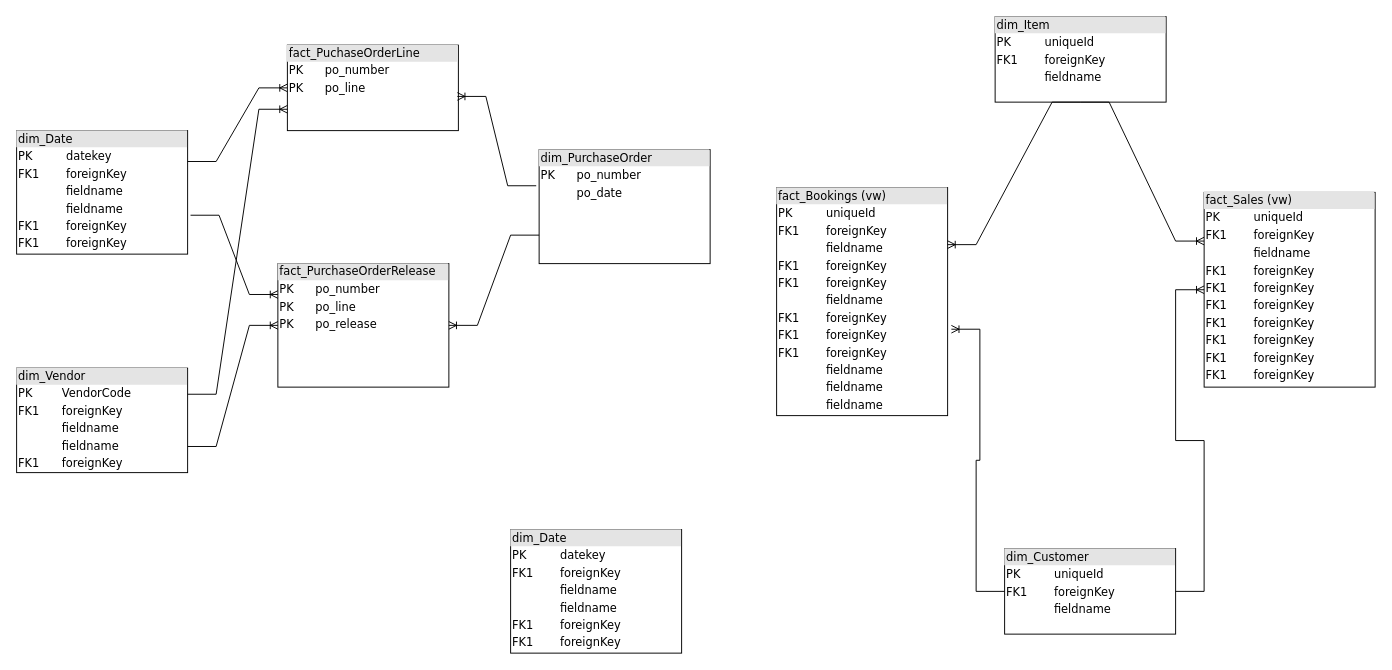
mewancegeka/OTT keeps this draw.io diagram as page "Page-1" (1 of 4) of conceptual_model_2.drawio. Above is the earlier version. Source tidied: cells renumbered, new cells numbered last; positions are measured from the earlier drawing's top-left corner, leaving out a move shared by most shapes. Both pictures are drawn from the tidied source at 95%, with x=0, y=0 at pixel (16, 16).
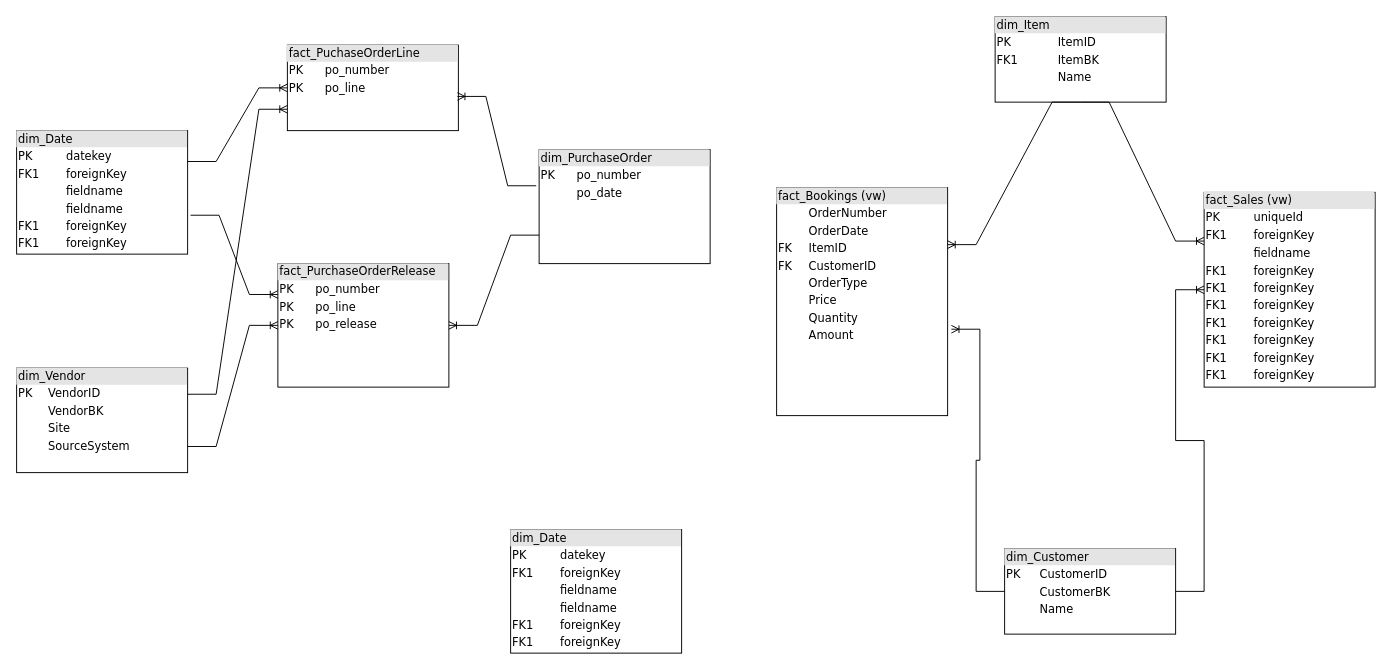
The same diagram, later.

The edit, as a diff of the source:
```diff
@@
-    <mxCell id="5" value="&lt;div style=&quot;box-sizing: border-box ; width: 100% ; background: #e4e4e4 ; padding: 2px&quot;&gt;dim_Vendor&lt;/div&gt;&lt;table style=&quot;width: 100% ; font-size: 1em&quot; cellpadding=&quot;2&quot; cellspacing=&quot;0&quot;&gt;&lt;tbody&gt;&lt;tr&gt;&lt;td&gt;PK&lt;/td&gt;&lt;td&gt;VendorCode&lt;/td&gt;&lt;/tr&gt;&lt;tr&gt;&lt;td&gt;FK1&lt;/td&gt;&lt;td&gt;foreignKey&lt;/td&gt;&lt;/tr&gt;&lt;tr&gt;&lt;td&gt;&lt;/td&gt;&lt;td&gt;fieldname&lt;/td&gt;&lt;/tr&gt;&lt;tr&gt;&lt;td&gt;&lt;br&gt;&lt;/td&gt;&lt;td&gt;fieldname&lt;br&gt;&lt;/td&gt;&lt;/tr&gt;&lt;tr&gt;&lt;td&gt;FK1&lt;br&gt;&lt;/td&gt;&lt;td&gt;foreignKey&lt;br&gt;&lt;/td&gt;&lt;/tr&gt;&lt;/tbody&gt;&lt;/table&gt;" style="verticalAlign=top;align=left;overflow=fill;html=1;rounded=0;shadow=0;comic=0;labelBackgroundColor=none;strokeWidth=1;fontFamily=Verdana;fontSize=12;" parent="1" vertex="1">
+    <mxCell id="5" value="&lt;div style=&quot;box-sizing: border-box ; width: 100% ; background: #e4e4e4 ; padding: 2px&quot;&gt;dim_Vendor&lt;/div&gt;&lt;table style=&quot;width: 100% ; font-size: 1em&quot; cellpadding=&quot;2&quot; cellspacing=&quot;0&quot;&gt;&lt;tbody&gt;&lt;tr&gt;&lt;td&gt;PK&lt;/td&gt;&lt;td&gt;VendorID&lt;/td&gt;&lt;/tr&gt;&lt;tr&gt;&lt;td&gt;&lt;br&gt;&lt;/td&gt;&lt;td&gt;VendorBK&lt;/td&gt;&lt;/tr&gt;&lt;tr&gt;&lt;td&gt;&lt;/td&gt;&lt;td&gt;Site&lt;/td&gt;&lt;/tr&gt;&lt;tr&gt;&lt;td&gt;&lt;br&gt;&lt;/td&gt;&lt;td&gt;SourceSystem&lt;/td&gt;&lt;/tr&gt;&lt;tr&gt;&lt;td&gt;&lt;br&gt;&lt;/td&gt;&lt;td&gt;&lt;br&gt;&lt;/td&gt;&lt;/tr&gt;&lt;/tbody&gt;&lt;/table&gt;" style="verticalAlign=top;align=left;overflow=fill;html=1;rounded=0;shadow=0;comic=0;labelBackgroundColor=none;strokeWidth=1;fontFamily=Verdana;fontSize=12;" parent="1" vertex="1">
       <mxGeometry y="370" width="180" height="110" as="geometry" />
     </mxCell>
@@
-    <mxCell id="7" value="&lt;div style=&quot;box-sizing:border-box;width:100%;background:#e4e4e4;padding:2px;&quot;&gt;dim_Customer&lt;/div&gt;&lt;table style=&quot;width:100%;font-size:1em;&quot; cellpadding=&quot;2&quot; cellspacing=&quot;0&quot;&gt;&lt;tbody&gt;&lt;tr&gt;&lt;td&gt;PK&lt;/td&gt;&lt;td&gt;uniqueId&lt;/td&gt;&lt;/tr&gt;&lt;tr&gt;&lt;td&gt;FK1&lt;/td&gt;&lt;td&gt;foreignKey&lt;/td&gt;&lt;/tr&gt;&lt;tr&gt;&lt;td&gt;&lt;/td&gt;&lt;td&gt;fieldname&lt;/td&gt;&lt;/tr&gt;&lt;/tbody&gt;&lt;/table&gt;" style="verticalAlign=top;align=left;overflow=fill;html=1;rounded=0;shadow=0;comic=0;labelBackgroundColor=none;strokeWidth=1;fontFamily=Verdana;fontSize=12;" parent="1" vertex="1">
+    <mxCell id="7" value="&lt;div style=&quot;box-sizing:border-box;width:100%;background:#e4e4e4;padding:2px;&quot;&gt;dim_Customer&lt;/div&gt;&lt;table style=&quot;width:100%;font-size:1em;&quot; cellpadding=&quot;2&quot; cellspacing=&quot;0&quot;&gt;&lt;tbody&gt;&lt;tr&gt;&lt;td&gt;PK&lt;/td&gt;&lt;td&gt;CustomerID&lt;/td&gt;&lt;/tr&gt;&lt;tr&gt;&lt;td&gt;&lt;br&gt;&lt;/td&gt;&lt;td&gt;CustomerBK&lt;/td&gt;&lt;/tr&gt;&lt;tr&gt;&lt;td&gt;&lt;/td&gt;&lt;td&gt;Name&lt;/td&gt;&lt;/tr&gt;&lt;/tbody&gt;&lt;/table&gt;" style="verticalAlign=top;align=left;overflow=fill;html=1;rounded=0;shadow=0;comic=0;labelBackgroundColor=none;strokeWidth=1;fontFamily=Verdana;fontSize=12;" parent="1" vertex="1">
       <mxGeometry x="1040" y="560" width="180" height="90" as="geometry" />
     </mxCell>
-    <mxCell id="8" value="&lt;div style=&quot;box-sizing: border-box ; width: 100% ; background: #e4e4e4 ; padding: 2px&quot;&gt;fact_Bookings (vw)&lt;/div&gt;&lt;table style=&quot;width: 100% ; font-size: 1em&quot; cellpadding=&quot;2&quot; cellspacing=&quot;0&quot;&gt;&lt;tbody&gt;&lt;tr&gt;&lt;td&gt;PK&lt;/td&gt;&lt;td&gt;uniqueId&lt;/td&gt;&lt;/tr&gt;&lt;tr&gt;&lt;td&gt;FK1&lt;/td&gt;&lt;td&gt;foreignKey&lt;/td&gt;&lt;/tr&gt;&lt;tr&gt;&lt;td&gt;&lt;/td&gt;&lt;td&gt;fieldname&lt;/td&gt;&lt;/tr&gt;&lt;tr&gt;&lt;td&gt;FK1&lt;br&gt;&lt;/td&gt;&lt;td&gt;foreignKey&lt;br&gt;&lt;/td&gt;&lt;/tr&gt;&lt;tr&gt;&lt;td&gt;FK1&lt;br&gt;&lt;/td&gt;&lt;td&gt;foreignKey&lt;br&gt;&lt;/td&gt;&lt;/tr&gt;&lt;tr&gt;&lt;td&gt;&lt;br&gt;&lt;/td&gt;&lt;td&gt;fieldname&lt;br&gt;&lt;/td&gt;&lt;/tr&gt;&lt;tr&gt;&lt;td&gt;FK1&lt;br&gt;&lt;/td&gt;&lt;td&gt;foreignKey&lt;br&gt;&lt;/td&gt;&lt;/tr&gt;&lt;tr&gt;&lt;td&gt;FK1&lt;br&gt;&lt;/td&gt;&lt;td&gt;foreignKey&lt;br&gt;&lt;/td&gt;&lt;/tr&gt;&lt;tr&gt;&lt;td&gt;FK1&lt;br&gt;&lt;/td&gt;&lt;td&gt;foreignKey&lt;br&gt;&lt;/td&gt;&lt;/tr&gt;&lt;tr&gt;&lt;td&gt;&lt;br&gt;&lt;/td&gt;&lt;td&gt;fieldname&lt;br&gt;&lt;/td&gt;&lt;/tr&gt;&lt;tr&gt;&lt;td&gt;&lt;br&gt;&lt;/td&gt;&lt;td&gt;fieldname&lt;br&gt;&lt;/td&gt;&lt;/tr&gt;&lt;tr&gt;&lt;td&gt;&lt;br&gt;&lt;/td&gt;&lt;td&gt;fieldname&lt;br&gt;&lt;/td&gt;&lt;/tr&gt;&lt;/tbody&gt;&lt;/table&gt;" style="verticalAlign=top;align=left;overflow=fill;html=1;rounded=0;shadow=0;comic=0;labelBackgroundColor=none;strokeWidth=1;fontFamily=Verdana;fontSize=12;" parent="1" vertex="1">
+    <mxCell id="8" value="&lt;div style=&quot;box-sizing: border-box ; width: 100% ; background: #e4e4e4 ; padding: 2px&quot;&gt;fact_Bookings (vw)&lt;/div&gt;&lt;table style=&quot;width: 100% ; font-size: 1em&quot; cellpadding=&quot;2&quot; cellspacing=&quot;0&quot;&gt;&lt;tbody&gt;&lt;tr&gt;&lt;td&gt;&lt;br&gt;&lt;/td&gt;&lt;td&gt;OrderNumber&lt;/td&gt;&lt;/tr&gt;&lt;tr&gt;&lt;td&gt;&lt;br&gt;&lt;/td&gt;&lt;td&gt;OrderDate&lt;/td&gt;&lt;/tr&gt;&lt;tr&gt;&lt;td&gt;FK&lt;/td&gt;&lt;td&gt;ItemID&lt;/td&gt;&lt;/tr&gt;&lt;tr&gt;&lt;td&gt;FK&lt;br&gt;&lt;/td&gt;&lt;td&gt;CustomerID&lt;br&gt;&lt;/td&gt;&lt;/tr&gt;&lt;tr&gt;&lt;td&gt;&lt;br&gt;&lt;/td&gt;&lt;td&gt;OrderType&lt;br&gt;&lt;/td&gt;&lt;/tr&gt;&lt;tr&gt;&lt;td&gt;&lt;br&gt;&lt;/td&gt;&lt;td&gt;Price&lt;/td&gt;&lt;/tr&gt;&lt;tr&gt;&lt;td&gt;&lt;br&gt;&lt;/td&gt;&lt;td&gt;Quantity&lt;/td&gt;&lt;/tr&gt;&lt;tr&gt;&lt;td&gt;&lt;br&gt;&lt;/td&gt;&lt;td&gt;Amount&lt;/td&gt;&lt;/tr&gt;&lt;/tbody&gt;&lt;/table&gt;" style="verticalAlign=top;align=left;overflow=fill;html=1;rounded=0;shadow=0;comic=0;labelBackgroundColor=none;strokeWidth=1;fontFamily=Verdana;fontSize=12;" parent="1" vertex="1">
       <mxGeometry x="800" y="180" width="180" height="240" as="geometry" />
     </mxCell>
-    <mxCell id="9" value="&lt;div style=&quot;box-sizing:border-box;width:100%;background:#e4e4e4;padding:2px;&quot;&gt;dim_Item&lt;/div&gt;&lt;table style=&quot;width:100%;font-size:1em;&quot; cellpadding=&quot;2&quot; cellspacing=&quot;0&quot;&gt;&lt;tbody&gt;&lt;tr&gt;&lt;td&gt;PK&lt;/td&gt;&lt;td&gt;uniqueId&lt;/td&gt;&lt;/tr&gt;&lt;tr&gt;&lt;td&gt;FK1&lt;/td&gt;&lt;td&gt;foreignKey&lt;/td&gt;&lt;/tr&gt;&lt;tr&gt;&lt;td&gt;&lt;/td&gt;&lt;td&gt;fieldname&lt;/td&gt;&lt;/tr&gt;&lt;/tbody&gt;&lt;/table&gt;" style="verticalAlign=top;align=left;overflow=fill;html=1;rounded=0;shadow=0;comic=0;labelBackgroundColor=none;strokeWidth=1;fontFamily=Verdana;fontSize=12;" parent="1" vertex="1">
+    <mxCell id="9" value="&lt;div style=&quot;box-sizing:border-box;width:100%;background:#e4e4e4;padding:2px;&quot;&gt;dim_Item&lt;/div&gt;&lt;table style=&quot;width:100%;font-size:1em;&quot; cellpadding=&quot;2&quot; cellspacing=&quot;0&quot;&gt;&lt;tbody&gt;&lt;tr&gt;&lt;td&gt;PK&lt;/td&gt;&lt;td&gt;ItemID&lt;/td&gt;&lt;/tr&gt;&lt;tr&gt;&lt;td&gt;FK1&lt;/td&gt;&lt;td&gt;ItemBK&lt;/td&gt;&lt;/tr&gt;&lt;tr&gt;&lt;td&gt;&lt;/td&gt;&lt;td&gt;Name&lt;/td&gt;&lt;/tr&gt;&lt;/tbody&gt;&lt;/table&gt;" style="verticalAlign=top;align=left;overflow=fill;html=1;rounded=0;shadow=0;comic=0;labelBackgroundColor=none;strokeWidth=1;fontFamily=Verdana;fontSize=12;" parent="1" vertex="1">
       <mxGeometry x="1030" width="180" height="90" as="geometry" />
     </mxCell>
```
